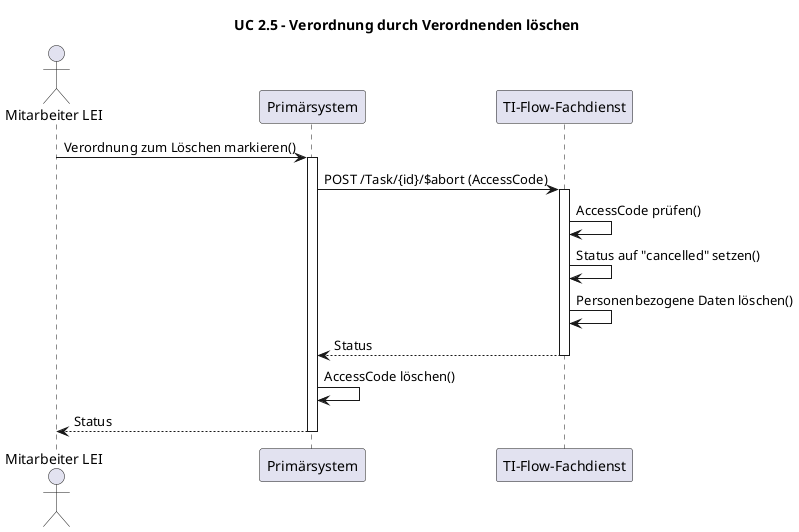
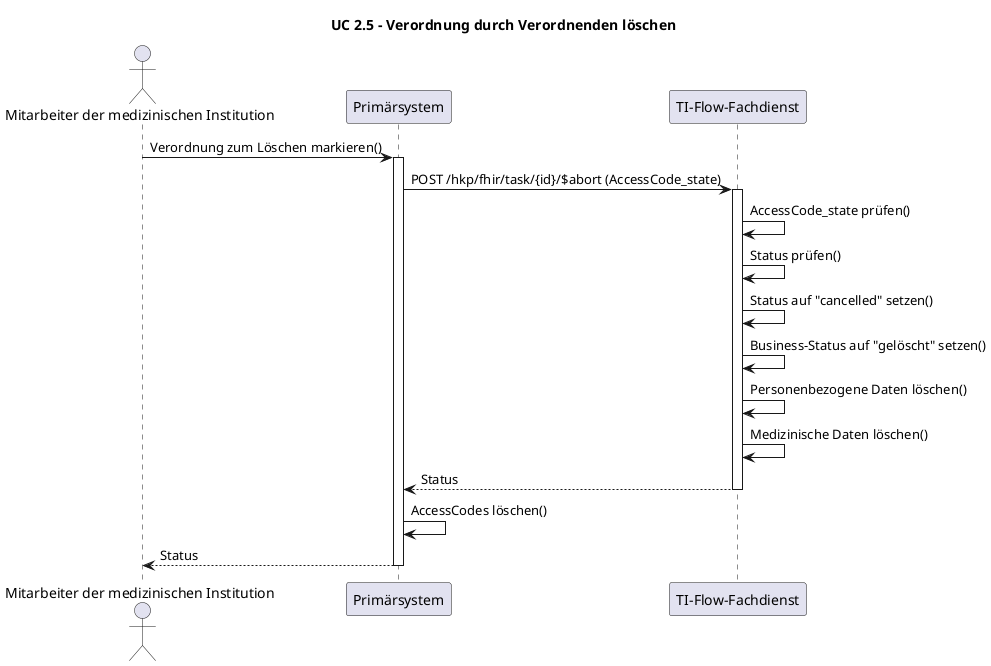
@startuml
title UC 2.5 - Verordnung durch Verordnenden löschen

- actor "Mitarbeiter LEI" as MA
+ actor "Mitarbeiter der medizinischen Institution" as MA
participant "Primärsystem" as PS
participant "TI-Flow-Fachdienst" as FD

MA -> PS: Verordnung zum Löschen markieren()
activate PS

- PS -> FD: POST /Task/{id}/$abort (AccessCode)
+ PS -> FD: POST /hkp/fhir/task/{id}/$abort (AccessCode_state)
activate FD
- FD -> FD: AccessCode prüfen()
+ FD -> FD: AccessCode_state prüfen()
+ FD -> FD: Status prüfen()
FD -> FD: Status auf "cancelled" setzen()
+ FD -> FD: Business-Status auf "gelöscht" setzen()
FD -> FD: Personenbezogene Daten löschen()
+ FD -> FD: Medizinische Daten löschen()
FD --> PS: Status
deactivate FD

- PS -> PS: AccessCode löschen()
+ PS -> PS: AccessCodes löschen()
PS --> MA: Status
deactivate PS

- @enduml
+ @enduml